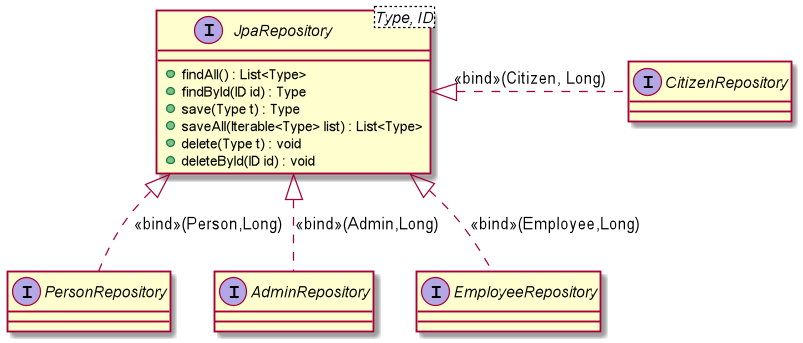
Before: docs/LaTeX/figures/DAOClassDiagram.png, a diagram exported from PlantUML (sskender/kombinacija). Source of this version:
```plantuml
@startuml
interface JpaRepository<Type, ID> {
    +findAll() : List<Type>
    +findById(ID id) : Type
    +save(Type t) : Type
    +saveAll(Iterable<Type> list) : List<Type>
    +delete(Type t) : void
    +deleteById(ID id) : void
}
interface PersonRepository
interface AdminRepository
interface EmployeeRepository
interface CitizenRepository

JpaRepository <|.. PersonRepository : <<bind>>(Person,Long)
JpaRepository <|.. AdminRepository : <<bind>>(Admin,Long)
JpaRepository <|.. EmployeeRepository : <<bind>>(Employee,Long)
JpaRepository <|. CitizenRepository : <<bind>>(Citizen, Long)
@enduml
```
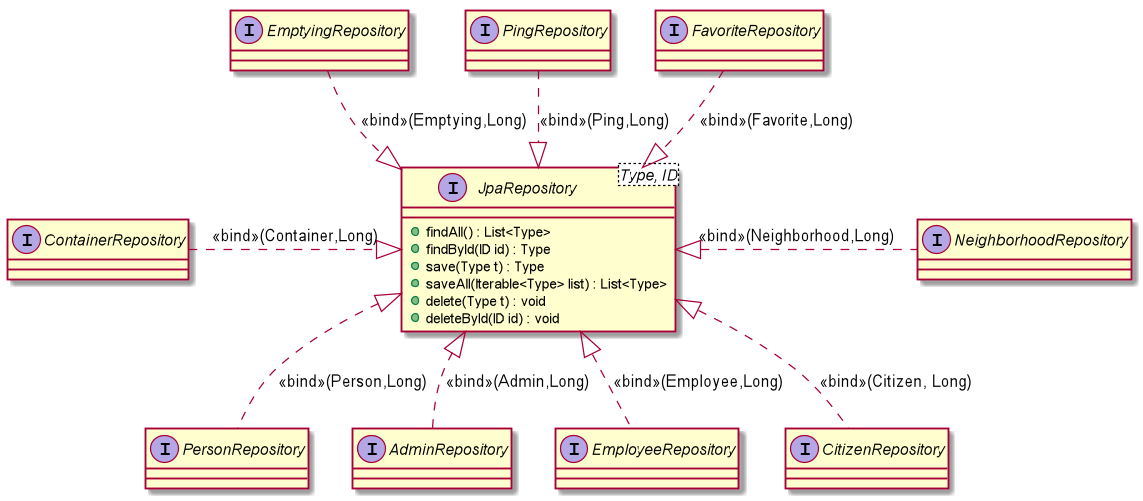
After the commit.

Commit message:
created new and updated old class diagrams

Diff of the diagram source:
```diff
@@ -11,9 +11,21 @@
 interface AdminRepository
 interface EmployeeRepository
 interface CitizenRepository
+interface ContainerRepository
+interface EmptyingRepository
+interface NeighborhoodRepository
+interface PingRepository
+interface FavoriteRepository
 
 JpaRepository <|.. PersonRepository : <<bind>>(Person,Long)
 JpaRepository <|.. AdminRepository : <<bind>>(Admin,Long)
 JpaRepository <|.. EmployeeRepository : <<bind>>(Employee,Long)
-JpaRepository <|. CitizenRepository : <<bind>>(Citizen, Long)
+JpaRepository <|.. CitizenRepository : <<bind>>(Citizen, Long)
+
+PingRepository ..|> JpaRepository : <<bind>>(Ping,Long)
+FavoriteRepository ..|> JpaRepository : <<bind>>(Favorite,Long)
+EmptyingRepository ..|> JpaRepository : <<bind>>(Emptying,Long)
+
+ContainerRepository .|> JpaRepository : <<bind>>(Container,Long)
+JpaRepository <|. NeighborhoodRepository : <<bind>>(Neighborhood,Long)
 @enduml
```
